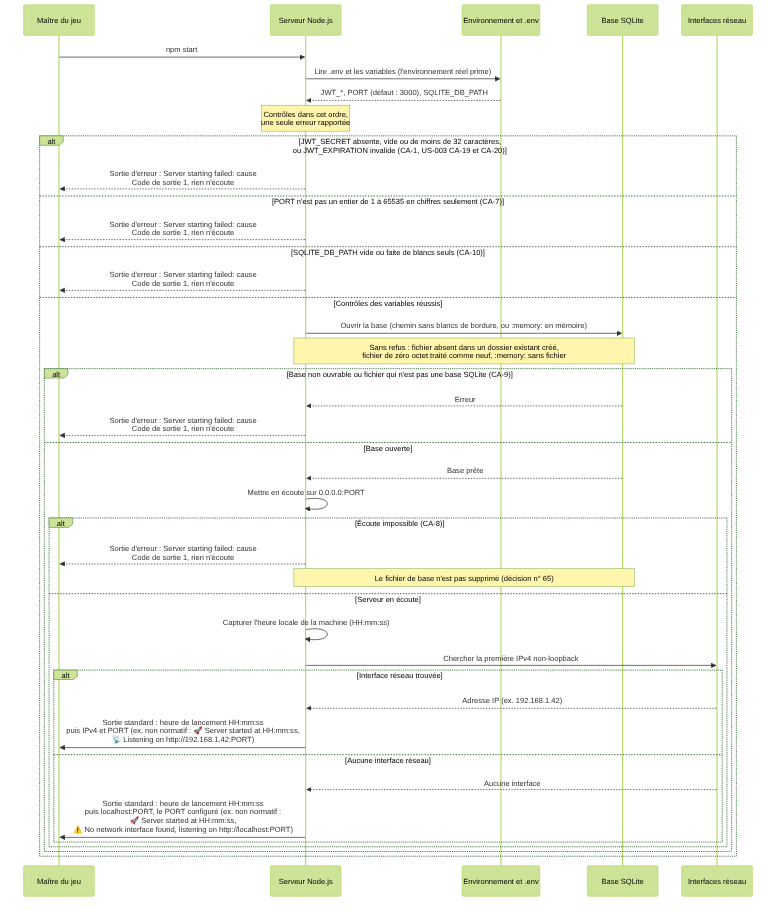
This is docs/specs/diagrams/US-001-server-startup-sequence.png from ODehel/quiz-live-server, a Mermaid export, as it was before one commit. Its source is kept beside it as docs/specs/diagrams/US-001-server-startup-sequence.mmd.
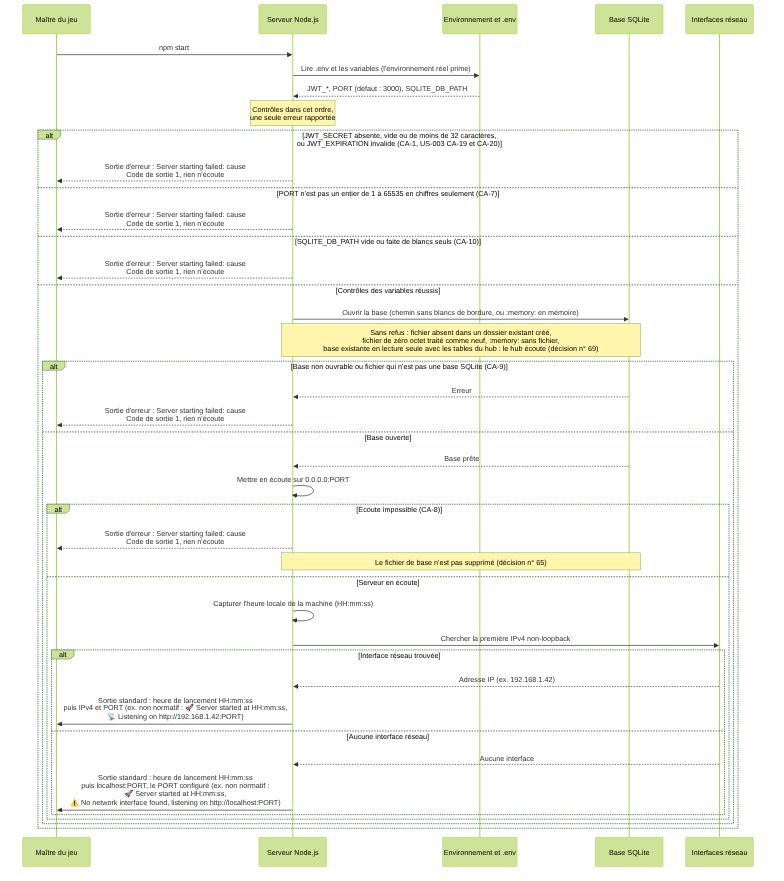
Above is the later version.

Change to the diagram source:
```diff
@@ -20,7 +20,7 @@
         S-->>U: Sortie d'erreur : Server starting failed: cause<br/>Code de sortie 1, rien n'écoute
     else Contrôles des variables réussis
         S->>DB: Ouvrir la base (chemin sans blancs de bordure, ou :memory: en mémoire)
-        Note over S,DB: Sans refus : fichier absent dans un dossier existant créé,<br/>fichier de zéro octet traité comme neuf, :memory: sans fichier
+        Note over S,DB: Sans refus : fichier absent dans un dossier existant créé,<br/>fichier de zéro octet traité comme neuf, :memory: sans fichier,<br/>base existante en lecture seule avec les tables du hub : le hub écoute (décision n° 69)
         alt Base non ouvrable ou fichier qui n'est pas une base SQLite (CA-9)
             DB-->>S: Erreur
             S-->>U: Sortie d'erreur : Server starting failed: cause<br/>Code de sortie 1, rien n'écoute
```
